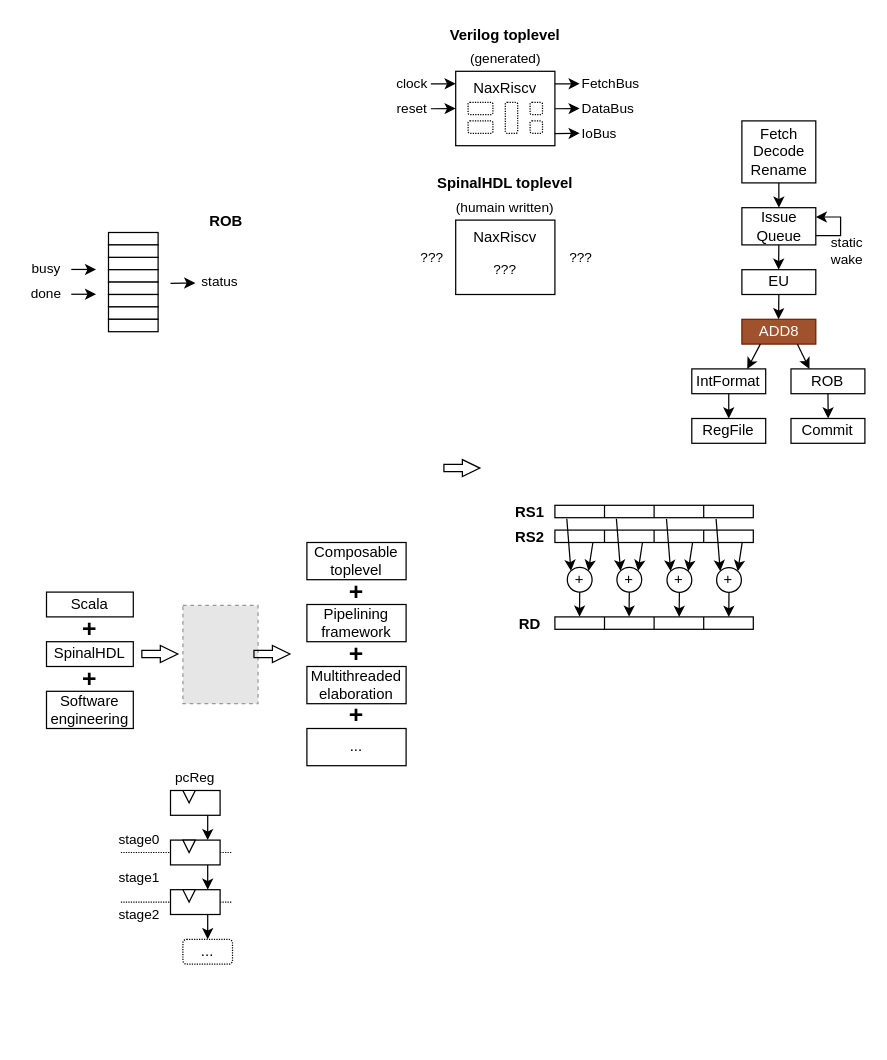
SpinalHDL/NaxRiscv-Rtd keeps this draw.io diagram as page "misc" (10 of 10) of source/asset/miaou.drawio. Above is the earlier version. Source tidied: cells renumbered, new cells numbered last; positions are measured from the earlier drawing's top-left corner, leaving out a move shared by most shapes. Both pictures are drawn from the tidied source at 124%, with x=0, y=0 at pixel (21, 21). Pictures stored in the file or linked from it are replaced by grey dashed boxes.
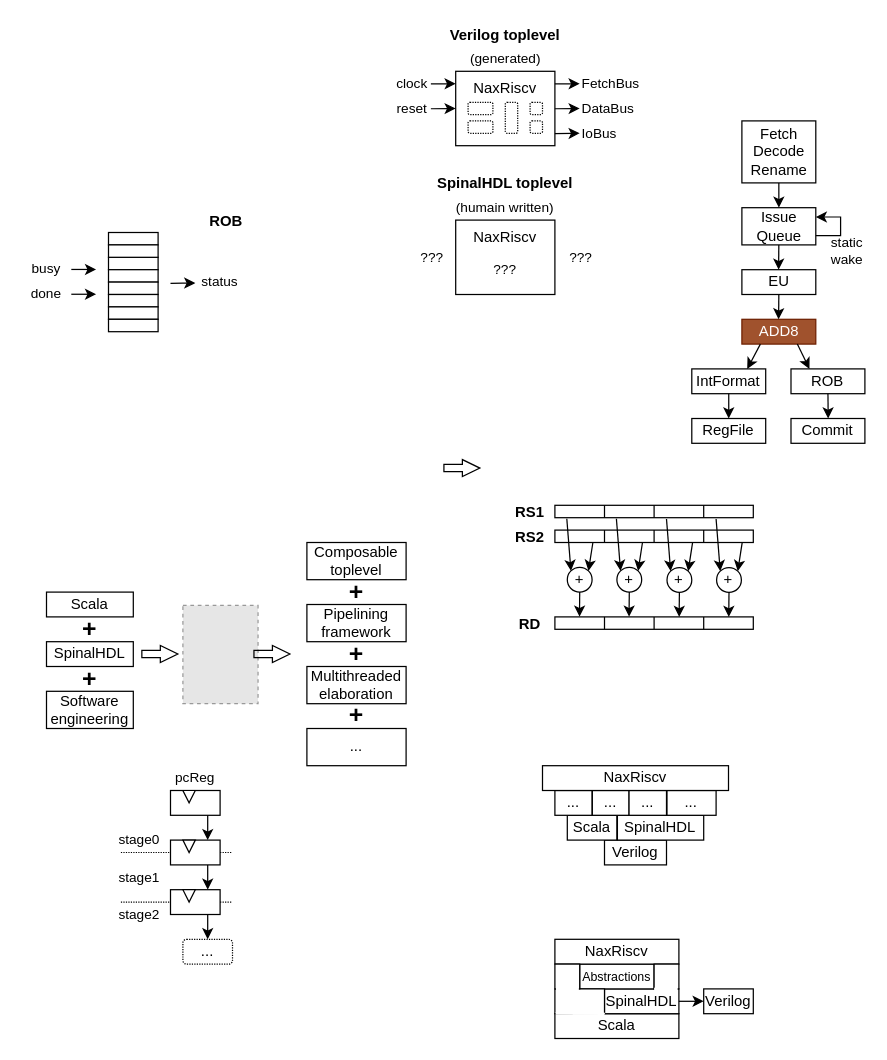
The same page after the edit.

Commit message:
diagram sync

Diff of the diagram source:
```diff
@@
+    <mxCell id="124" value="Verilog" style="rounded=0;whiteSpace=wrap;html=1;" parent="1" vertex="1">
+      <mxGeometry x="470" y="660" width="50" height="20" as="geometry" />
+    </mxCell>
+    <mxCell id="125" value="Scala" style="rounded=0;whiteSpace=wrap;html=1;" parent="1" vertex="1">
+      <mxGeometry x="440" y="640" width="40" height="20" as="geometry" />
+    </mxCell>
+    <mxCell id="126" value="SpinalHDL" style="rounded=0;whiteSpace=wrap;html=1;" parent="1" vertex="1">
+      <mxGeometry x="480.4" y="640" width="69.6" height="20" as="geometry" />
+    </mxCell>
+    <mxCell id="127" value="..." style="rounded=0;whiteSpace=wrap;html=1;" parent="1" vertex="1">
+      <mxGeometry x="430" y="620" width="30" height="20" as="geometry" />
+    </mxCell>
+    <mxCell id="128" value="..." style="rounded=0;whiteSpace=wrap;html=1;" parent="1" vertex="1">
+      <mxGeometry x="460.2" y="620" width="29.6" height="20" as="geometry" />
+    </mxCell>
+    <mxCell id="129" value="..." style="rounded=0;whiteSpace=wrap;html=1;" parent="1" vertex="1">
+      <mxGeometry x="489.8" y="620" width="30.2" height="20" as="geometry" />
+    </mxCell>
+    <mxCell id="130" value="..." style="rounded=0;whiteSpace=wrap;html=1;" parent="1" vertex="1">
+      <mxGeometry x="520.4" y="620" width="39.6" height="20" as="geometry" />
+    </mxCell>
+    <mxCell id="131" value="NaxRiscv" style="rounded=0;whiteSpace=wrap;html=1;" parent="1" vertex="1">
+      <mxGeometry x="420" y="600" width="150" height="20" as="geometry" />
+    </mxCell>
+    <mxCell id="132" value="Verilog" style="rounded=0;whiteSpace=wrap;html=1;" parent="1" vertex="1">
+      <mxGeometry x="550" y="780" width="40" height="20" as="geometry" />
+    </mxCell>
+    <mxCell id="133" value="Scala" style="rounded=0;whiteSpace=wrap;html=1;" parent="1" vertex="1">
+      <mxGeometry x="430" y="800" width="100" height="20" as="geometry" />
+    </mxCell>
+    <mxCell id="134" value="SpinalHDL" style="rounded=0;whiteSpace=wrap;html=1;" parent="1" vertex="1">
+      <mxGeometry x="470" y="780" width="60" height="20" as="geometry" />
+    </mxCell>
+    <mxCell id="135" value="Abstractions" style="rounded=0;whiteSpace=wrap;html=1;fontSize=10;" parent="1" vertex="1">
+      <mxGeometry x="450" y="760" width="60" height="20" as="geometry" />
+    </mxCell>
+    <mxCell id="136" value="NaxRiscv" style="rounded=0;whiteSpace=wrap;html=1;" parent="1" vertex="1">
+      <mxGeometry x="430" y="740" width="100" height="20" as="geometry" />
+    </mxCell>
+    <mxCell id="137" style="rounded=0;whiteSpace=wrap;html=1;" parent="1" vertex="1">
+      <mxGeometry x="430" y="780" width="40" height="20" as="geometry" />
+    </mxCell>
+    <mxCell id="138" style="rounded=0;whiteSpace=wrap;html=1;" parent="1" vertex="1">
+      <mxGeometry x="510" y="760" width="20" height="20" as="geometry" />
+    </mxCell>
+    <mxCell id="139" style="rounded=0;whiteSpace=wrap;html=1;" parent="1" vertex="1">
+      <mxGeometry x="430" y="760" width="20" height="20" as="geometry" />
+    </mxCell>
+    <mxCell id="140" style="endArrow=none;html=1;rounded=0;exitX=0.043;exitY=0.999;exitDx=0;exitDy=0;strokeColor=#FFFFFF;strokeWidth=2;exitPerimeter=0;entryX=0.483;entryY=-0.003;entryDx=0;entryDy=0;entryPerimeter=0;" parent="1" edge="1" source="139" target="137">
+      <mxGeometry relative="1" as="geometry" />
+    </mxCell>
+    <mxCell id="141" style="endArrow=none;html=1;rounded=0;entryX=1;entryY=1;entryDx=0;entryDy=0;exitX=0.36;exitY=1.019;exitDx=0;exitDy=0;strokeColor=#FFFFFF;exitPerimeter=0;" parent="1" edge="1" source="137" target="137">
+      <mxGeometry relative="1" as="geometry" />
+    </mxCell>
+    <mxCell id="142" style="endArrow=none;html=1;rounded=0;entryX=1;entryY=1;entryDx=0;entryDy=0;exitX=0.326;exitY=0.984;exitDx=0;exitDy=0;strokeColor=#FFFFFF;exitPerimeter=0;" parent="1" edge="1" source="137" target="137">
+      <mxGeometry relative="1" as="geometry" />
+    </mxCell>
+    <mxCell id="143" style="endArrow=none;html=1;rounded=0;exitX=0.015;exitY=0.996;exitDx=0;exitDy=0;strokeColor=#FFFFFF;exitPerimeter=0;strokeWidth=2;" parent="1" edge="1" source="137">
+      <mxGeometry relative="1" as="geometry">
+        <mxPoint x="470" y="800" as="targetPoint" />
+      </mxGeometry>
+    </mxCell>
+    <mxCell id="144" style="endArrow=none;html=1;rounded=0;entryX=1;entryY=1;entryDx=0;entryDy=0;strokeColor=#FFFFFF;strokeWidth=2;exitX=0.983;exitY=-0.006;exitDx=0;exitDy=0;exitPerimeter=0;" parent="1" edge="1" source="134" target="135">
+      <mxGeometry relative="1" as="geometry" />
+    </mxCell>
+    <mxCell id="145" style="rounded=0;jettySize=auto;html=1;fontSize=12;startArrow=none;startFill=0;endArrow=classic;endFill=1;exitX=1;exitY=0.5;exitDx=0;exitDy=0;entryX=0;entryY=0.5;entryDx=0;entryDy=0;" parent="1" edge="1" source="134" target="132">
+      <mxGeometry relative="1" as="geometry" />
+    </mxCell>
```
